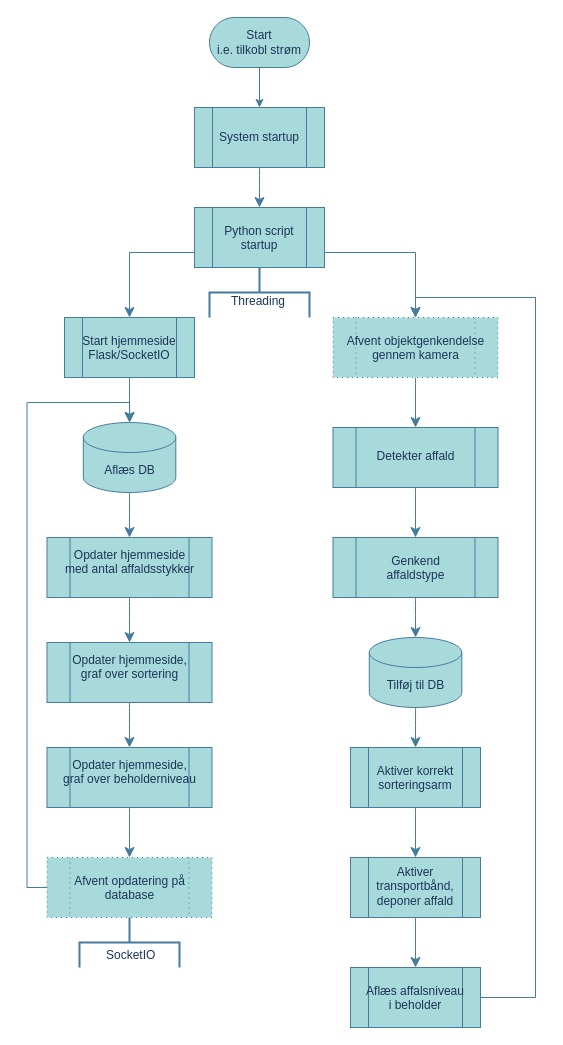
Above: flowchart.drawio in KEA-F25-B8-IoT2/SAAS (draw.io), before the change. Source tidied: cells renumbered, new cells numbered last; positions are measured from the earlier drawing's top-left corner, leaving out a move shared by most shapes. Both pictures are drawn from the tidied source at 100%, with x=0, y=0 at pixel (47, 17).
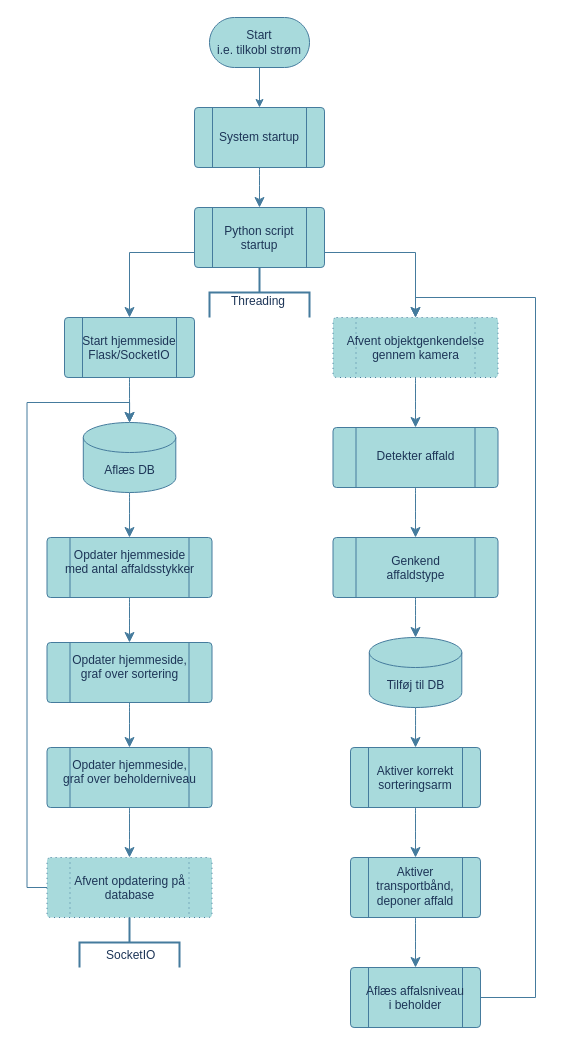
The same diagram, later.

Change to the diagram source:
```diff
@@
-    <mxCell id="5" value="System startup" style="verticalLabelPosition=bottom;verticalAlign=top;html=1;shape=process;whiteSpace=wrap;rounded=0;size=0.14;arcSize=6;align=center;spacingTop=-44;labelBackgroundColor=none;fillColor=#A8DADC;strokeColor=#457B9D;fontColor=#1D3557;" parent="1" vertex="1">
+    <mxCell id="5" value="System startup" style="verticalLabelPosition=bottom;verticalAlign=top;html=1;shape=process;whiteSpace=wrap;rounded=1;size=0.14;arcSize=6;align=center;spacingTop=-44;labelBackgroundColor=none;fillColor=#A8DADC;strokeColor=#457B9D;fontColor=#1D3557;" parent="1" vertex="1">
       <mxGeometry x="147" y="90" width="130" height="60" as="geometry" />
     </mxCell>
@@
-    <mxCell id="7" value="Opdater hjemmeside&lt;br&gt;med antal affaldsstykker" style="verticalLabelPosition=bottom;verticalAlign=top;html=1;shape=process;whiteSpace=wrap;rounded=0;size=0.14;arcSize=6;align=center;spacingTop=-56;labelBackgroundColor=none;fillColor=#A8DADC;strokeColor=#457B9D;fontColor=#1D3557;" parent="1" vertex="1">
+    <mxCell id="7" value="Opdater hjemmeside&lt;br&gt;med antal affaldsstykker" style="verticalLabelPosition=bottom;verticalAlign=top;html=1;shape=process;whiteSpace=wrap;rounded=1;size=0.14;arcSize=6;align=center;spacingTop=-56;labelBackgroundColor=none;fillColor=#A8DADC;strokeColor=#457B9D;fontColor=#1D3557;" parent="1" vertex="1">
       <mxGeometry x="-0.5" y="520" width="165" height="60" as="geometry" />
     </mxCell>
@@
-    <mxCell id="11" value="Afvent objektgenkendelse&lt;br&gt;gennem kamera" style="verticalLabelPosition=bottom;verticalAlign=top;html=1;shape=process;whiteSpace=wrap;rounded=0;size=0.14;arcSize=6;align=center;spacingTop=-50;strokeColor=#457B9D;dashed=1;dashPattern=1 4;labelBackgroundColor=none;fillColor=#A8DADC;fontColor=#1D3557;" parent="1" vertex="1">
+    <mxCell id="11" value="Afvent objektgenkendelse&lt;br&gt;gennem kamera" style="verticalLabelPosition=bottom;verticalAlign=top;html=1;shape=process;whiteSpace=wrap;rounded=1;size=0.14;arcSize=6;align=center;spacingTop=-50;strokeColor=#457B9D;dashed=1;dashPattern=1 4;labelBackgroundColor=none;fillColor=#A8DADC;fontColor=#1D3557;" parent="1" vertex="1">
       <mxGeometry x="285.5" y="300" width="165" height="60" as="geometry" />
     </mxCell>
-    <mxCell id="12" value="Genkend&lt;br&gt;affaldstype" style="verticalLabelPosition=bottom;verticalAlign=top;html=1;shape=process;whiteSpace=wrap;rounded=0;size=0.14;arcSize=6;align=center;spacingTop=-50;labelBackgroundColor=none;fillColor=#A8DADC;strokeColor=#457B9D;fontColor=#1D3557;" parent="1" vertex="1">
+    <mxCell id="12" value="Genkend&lt;br&gt;affaldstype" style="verticalLabelPosition=bottom;verticalAlign=top;html=1;shape=process;whiteSpace=wrap;rounded=1;size=0.14;arcSize=6;align=center;spacingTop=-50;labelBackgroundColor=none;fillColor=#A8DADC;strokeColor=#457B9D;fontColor=#1D3557;" parent="1" vertex="1">
       <mxGeometry x="285.5" y="520" width="165" height="60" as="geometry" />
     </mxCell>
@@
-    <mxCell id="16" value="Aktiver korrekt&lt;div&gt;sorteringsarm&lt;/div&gt;" style="verticalLabelPosition=bottom;verticalAlign=top;html=1;shape=process;whiteSpace=wrap;rounded=0;size=0.14;arcSize=6;align=center;spacingTop=-50;labelBackgroundColor=none;fillColor=#A8DADC;strokeColor=#457B9D;fontColor=#1D3557;" parent="1" vertex="1">
+    <mxCell id="16" value="Aktiver korrekt&lt;div&gt;sorteringsarm&lt;/div&gt;" style="verticalLabelPosition=bottom;verticalAlign=top;html=1;shape=process;whiteSpace=wrap;rounded=1;size=0.14;arcSize=6;align=center;spacingTop=-50;labelBackgroundColor=none;fillColor=#A8DADC;strokeColor=#457B9D;fontColor=#1D3557;" parent="1" vertex="1">
       <mxGeometry x="303" y="730" width="130" height="60" as="geometry" />
     </mxCell>
@@
-    <mxCell id="19" value="Python script&lt;br&gt;startup" style="verticalLabelPosition=bottom;verticalAlign=top;html=1;shape=process;whiteSpace=wrap;rounded=0;size=0.14;arcSize=6;align=center;spacingTop=-50;labelBackgroundColor=none;fillColor=#A8DADC;strokeColor=#457B9D;fontColor=#1D3557;" parent="1" vertex="1">
+    <mxCell id="19" value="Python script&lt;br&gt;startup" style="verticalLabelPosition=bottom;verticalAlign=top;html=1;shape=process;whiteSpace=wrap;rounded=1;size=0.14;arcSize=6;align=center;spacingTop=-50;labelBackgroundColor=none;fillColor=#A8DADC;strokeColor=#457B9D;fontColor=#1D3557;" parent="1" vertex="1">
       <mxGeometry x="147" y="190" width="130" height="60" as="geometry" />
     </mxCell>
-    <mxCell id="20" value="Start hjemmeside&lt;br&gt;Flask/SocketIO" style="verticalLabelPosition=bottom;verticalAlign=top;html=1;shape=process;whiteSpace=wrap;rounded=0;size=0.14;arcSize=6;align=center;spacingTop=-50;labelBackgroundColor=none;fillColor=#A8DADC;strokeColor=#457B9D;fontColor=#1D3557;" parent="1" vertex="1">
+    <mxCell id="20" value="Start hjemmeside&lt;br&gt;Flask/SocketIO" style="verticalLabelPosition=bottom;verticalAlign=top;html=1;shape=process;whiteSpace=wrap;rounded=1;size=0.14;arcSize=6;align=center;spacingTop=-50;labelBackgroundColor=none;fillColor=#A8DADC;strokeColor=#457B9D;fontColor=#1D3557;" parent="1" vertex="1">
       <mxGeometry x="17" y="300" width="130" height="60" as="geometry" />
     </mxCell>
@@
-    <mxCell id="22" value="Detekter affald" style="verticalLabelPosition=bottom;verticalAlign=top;html=1;shape=process;whiteSpace=wrap;rounded=0;size=0.14;arcSize=6;align=center;spacingTop=-45;labelBackgroundColor=none;fillColor=#A8DADC;strokeColor=#457B9D;fontColor=#1D3557;" parent="1" vertex="1">
+    <mxCell id="22" value="Detekter affald" style="verticalLabelPosition=bottom;verticalAlign=top;html=1;shape=process;whiteSpace=wrap;rounded=1;size=0.14;arcSize=6;align=center;spacingTop=-45;labelBackgroundColor=none;fillColor=#A8DADC;strokeColor=#457B9D;fontColor=#1D3557;" parent="1" vertex="1">
       <mxGeometry x="285.5" y="410" width="165" height="60" as="geometry" />
     </mxCell>
@@
-    <mxCell id="27" value="Aktiver &lt;br&gt;transportbånd,&lt;br&gt;deponer affald" style="verticalLabelPosition=bottom;verticalAlign=top;html=1;shape=process;whiteSpace=wrap;rounded=0;size=0.14;arcSize=6;align=center;spacingTop=-59;labelBackgroundColor=none;fillColor=#A8DADC;strokeColor=#457B9D;fontColor=#1D3557;" parent="1" vertex="1">
+    <mxCell id="27" value="Aktiver &lt;br&gt;transportbånd,&lt;br&gt;deponer affald" style="verticalLabelPosition=bottom;verticalAlign=top;html=1;shape=process;whiteSpace=wrap;rounded=1;size=0.14;arcSize=6;align=center;spacingTop=-59;labelBackgroundColor=none;fillColor=#A8DADC;strokeColor=#457B9D;fontColor=#1D3557;" parent="1" vertex="1">
       <mxGeometry x="303" y="840" width="130" height="60" as="geometry" />
     </mxCell>
@@
-    <mxCell id="29" value="Aflæs affalsniveau&lt;br&gt;i beholder" style="verticalLabelPosition=bottom;verticalAlign=top;html=1;shape=process;whiteSpace=wrap;rounded=0;size=0.14;arcSize=6;align=center;spacingTop=-50;labelBackgroundColor=none;fillColor=#A8DADC;strokeColor=#457B9D;fontColor=#1D3557;" parent="1" vertex="1">
+    <mxCell id="29" value="Aflæs affalsniveau&lt;br&gt;i beholder" style="verticalLabelPosition=bottom;verticalAlign=top;html=1;shape=process;whiteSpace=wrap;rounded=1;size=0.14;arcSize=6;align=center;spacingTop=-50;labelBackgroundColor=none;fillColor=#A8DADC;strokeColor=#457B9D;fontColor=#1D3557;" parent="1" vertex="1">
       <mxGeometry x="303" y="950" width="130" height="60" as="geometry" />
     </mxCell>
@@
-    <mxCell id="31" value="Opdater hjemmeside,&lt;div&gt;graf over beholderniveau&lt;/div&gt;" style="verticalLabelPosition=bottom;verticalAlign=top;html=1;shape=process;whiteSpace=wrap;rounded=0;size=0.14;arcSize=6;align=center;spacingTop=-56;labelBackgroundColor=none;fillColor=#A8DADC;strokeColor=#457B9D;fontColor=#1D3557;" parent="1" vertex="1">
+    <mxCell id="31" value="Opdater hjemmeside,&lt;div&gt;graf over beholderniveau&lt;/div&gt;" style="verticalLabelPosition=bottom;verticalAlign=top;html=1;shape=process;whiteSpace=wrap;rounded=1;size=0.14;arcSize=6;align=center;spacingTop=-56;labelBackgroundColor=none;fillColor=#A8DADC;strokeColor=#457B9D;fontColor=#1D3557;" parent="1" vertex="1">
       <mxGeometry x="-0.5" y="730" width="165" height="60" as="geometry" />
     </mxCell>
-    <mxCell id="32" value="Afvent opdatering på database" style="verticalLabelPosition=bottom;verticalAlign=top;html=1;shape=process;whiteSpace=wrap;rounded=0;size=0.14;arcSize=6;align=center;spacingTop=-50;strokeColor=#457B9D;dashed=1;dashPattern=1 4;labelBackgroundColor=none;fillColor=#A8DADC;fontColor=#1D3557;" parent="1" vertex="1">
+    <mxCell id="32" value="Afvent opdatering på database" style="verticalLabelPosition=bottom;verticalAlign=top;html=1;shape=process;whiteSpace=wrap;rounded=1;size=0.14;arcSize=6;align=center;spacingTop=-50;strokeColor=#457B9D;dashed=1;dashPattern=1 4;labelBackgroundColor=none;fillColor=#A8DADC;fontColor=#1D3557;" parent="1" vertex="1">
       <mxGeometry x="-0.5" y="840" width="165" height="60" as="geometry" />
     </mxCell>
@@
-    <mxCell id="34" value="Opdater hjemmeside,&lt;div&gt;graf over sortering&lt;/div&gt;" style="verticalLabelPosition=bottom;verticalAlign=top;html=1;shape=process;whiteSpace=wrap;rounded=0;size=0.14;arcSize=6;align=center;spacingTop=-56;labelBackgroundColor=none;fillColor=#A8DADC;strokeColor=#457B9D;fontColor=#1D3557;" parent="1" vertex="1">
+    <mxCell id="34" value="Opdater hjemmeside,&lt;div&gt;graf over sortering&lt;/div&gt;" style="verticalLabelPosition=bottom;verticalAlign=top;html=1;shape=process;whiteSpace=wrap;rounded=1;size=0.14;arcSize=6;align=center;spacingTop=-56;labelBackgroundColor=none;fillColor=#A8DADC;strokeColor=#457B9D;fontColor=#1D3557;" parent="1" vertex="1">
       <mxGeometry x="-0.5" y="625" width="165" height="60" as="geometry" />
     </mxCell>
```
